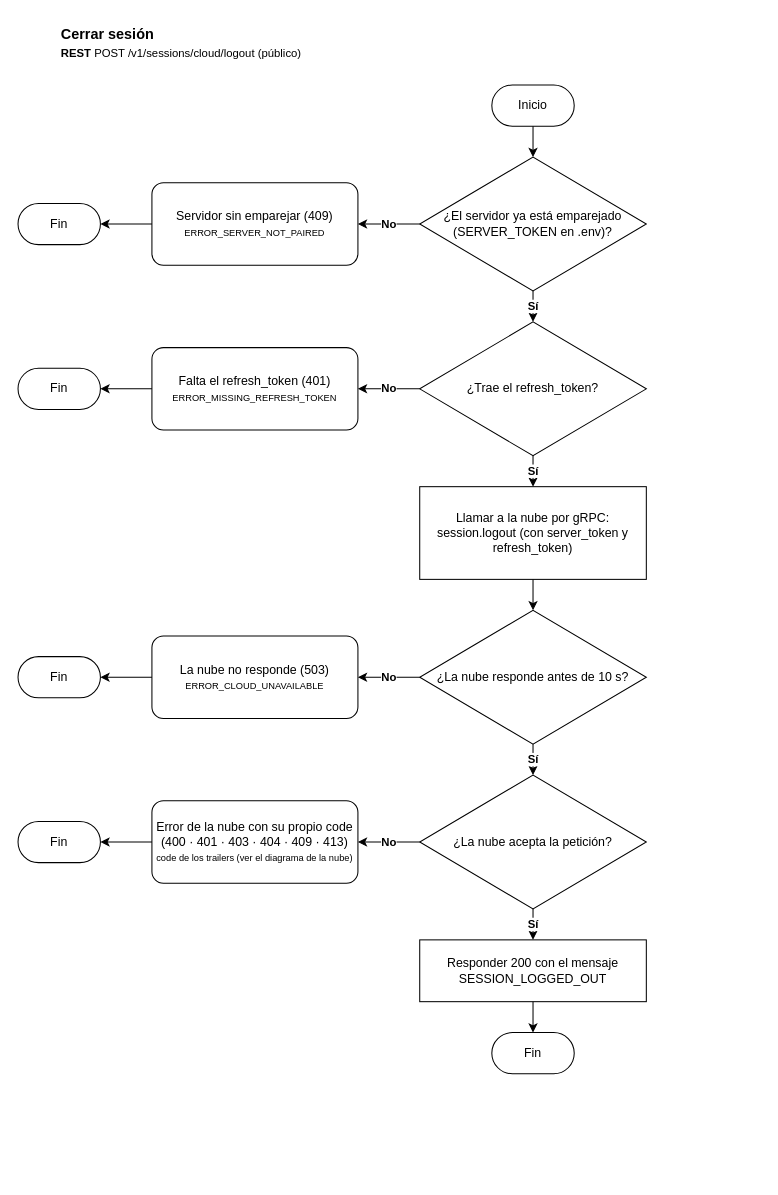
Andry510/miyabi-restaurant-server keeps this draw.io diagram as documents/diagrams/workflows/session/cloud/logout.drawio. Above is the earlier version. Source tidied: cells renumbered, new cells numbered last; positions are measured from the earlier drawing's top-left corner, leaving out a move shared by most shapes. Both pictures are drawn from the tidied source at 103%, with x=0, y=0 at pixel (18, 18).
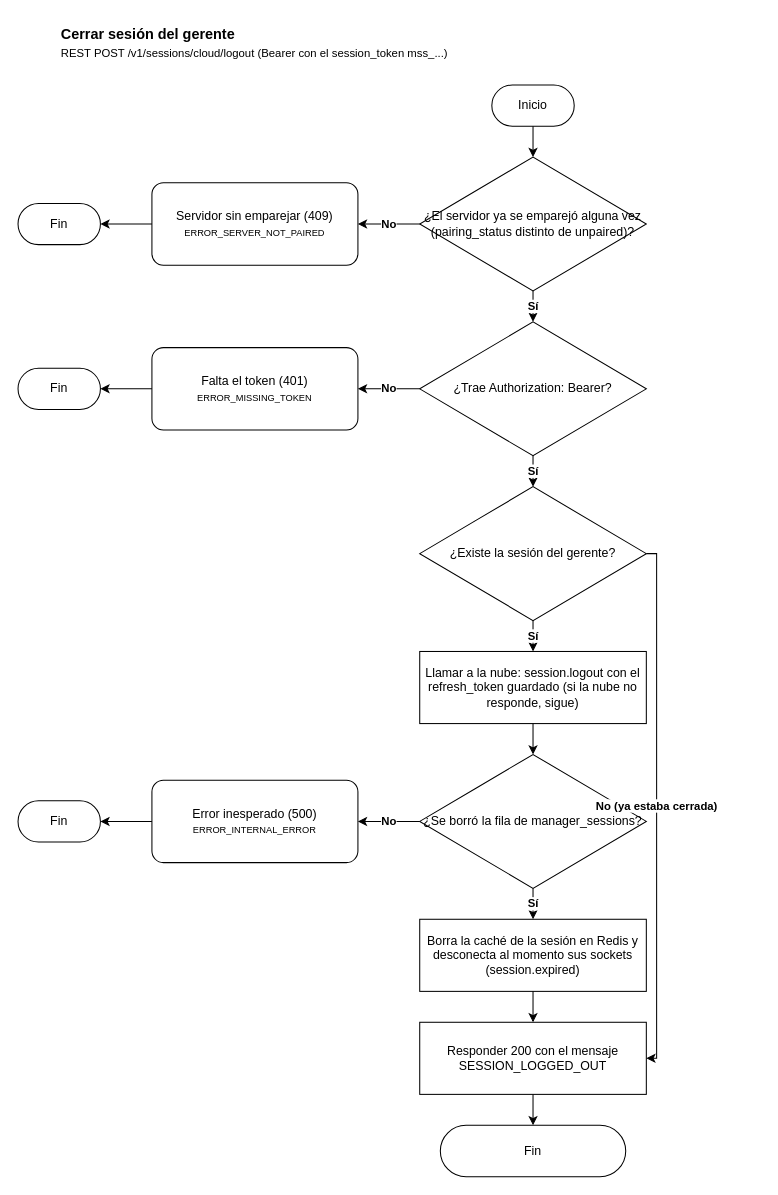
The same page after the edit.

The change refers to these unchanged cells:
```xml
<mxCell id="6" value="Servidor sin emparejar (409)&lt;br&gt;&lt;font style=&quot;font-size: 9px;&quot;&gt;ERROR_SERVER_NOT_PAIRED&lt;/font&gt;" style="rounded=1;whiteSpace=wrap;html=1;arcSize=14;" parent="1" vertex="1">
  <mxGeometry x="130" y="160" width="200" height="80" as="geometry" />
</mxCell>
<mxCell id="7" value="Fin" style="rounded=1;whiteSpace=wrap;html=1;arcSize=50;" parent="1" vertex="1">
  <mxGeometry y="180" width="80" height="40" as="geometry" />
</mxCell>
<mxCell id="13" value="Fin" style="rounded=1;whiteSpace=wrap;html=1;arcSize=50;" parent="1" vertex="1">
  <mxGeometry y="340" width="80" height="40" as="geometry" />
</mxCell>
```

What changed in the source:
```diff
@@
-    <mxCell id="2" value="Cerrar sesión&lt;br&gt;&lt;span style=&quot;font-size: 11px; font-weight: normal;&quot;&gt;&lt;b&gt;REST&lt;/b&gt; POST /v1/sessions/cloud/logout (público)&lt;/span&gt;" style="text;html=1;align=left;verticalAlign=middle;fontStyle=1;fontSize=14;" parent="1" vertex="1">
-      <mxGeometry x="40" width="640" height="48" as="geometry" />
+    <mxCell id="2" value="Cerrar sesión del gerente&lt;br&gt;&lt;span style=&quot;font-size: 11px; font-weight: normal;&quot;&gt;REST POST /v1/sessions/cloud/logout (Bearer con el session_token mss_...)&lt;/span&gt;" style="text;html=1;align=left;verticalAlign=middle;fontStyle=1;fontSize=14;" parent="1" vertex="1">
+      <mxGeometry x="40" width="680" height="48" as="geometry" />
     </mxCell>
@@
-    <mxCell id="4" value="¿El servidor ya está emparejado (SERVER_TOKEN en .env)?" style="rhombus;whiteSpace=wrap;html=1;rounded=1;arcSize=0;" parent="1" vertex="1">
+    <mxCell id="4" value="¿El servidor ya se emparejó alguna vez (pairing_status distinto de unpaired)?" style="rhombus;whiteSpace=wrap;html=1;rounded=1;arcSize=0;" parent="1" vertex="1">
       <mxGeometry x="390" y="135" width="220" height="130" as="geometry" />
     </mxCell>
@@
-    <mxCell id="9" style="edgeStyle=orthogonalEdgeStyle;rounded=0;html=1;fontStyle=1;" parent="1" edge="1" source="6" target="7">
+    <mxCell id="9" style="edgeStyle=orthogonalEdgeStyle;rounded=0;html=1;" parent="1" edge="1" source="6" target="7">
       <mxGeometry relative="1" as="geometry" />
     </mxCell>
-    <mxCell id="10" value="¿Trae el refresh_token?" style="rhombus;whiteSpace=wrap;html=1;rounded=1;arcSize=0;" parent="1" vertex="1">
+    <mxCell id="10" value="¿Trae Authorization: Bearer?" style="rhombus;whiteSpace=wrap;html=1;rounded=1;arcSize=0;" parent="1" vertex="1">
       <mxGeometry x="390" y="295" width="220" height="130" as="geometry" />
     </mxCell>
@@
-    <mxCell id="12" value="Falta el refresh_token (401)&lt;br&gt;&lt;font style=&quot;font-size: 9px;&quot;&gt;ERROR_MISSING_REFRESH_TOKEN&lt;/font&gt;" style="rounded=1;whiteSpace=wrap;html=1;arcSize=14;" parent="1" vertex="1">
+    <mxCell id="12" value="Falta el token (401)&lt;br&gt;&lt;font style=&quot;font-size: 9px;&quot;&gt;ERROR_MISSING_TOKEN&lt;/font&gt;" style="rounded=1;whiteSpace=wrap;html=1;arcSize=14;" parent="1" vertex="1">
       <mxGeometry x="130" y="320" width="200" height="80" as="geometry" />
     </mxCell>
@@
-    <mxCell id="15" style="edgeStyle=orthogonalEdgeStyle;rounded=0;html=1;fontStyle=1;" parent="1" edge="1" source="12" target="13">
+    <mxCell id="15" style="edgeStyle=orthogonalEdgeStyle;rounded=0;html=1;" parent="1" edge="1" source="12" target="13">
       <mxGeometry relative="1" as="geometry" />
     </mxCell>
-    <mxCell id="16" value="Llamar a la nube por gRPC: session.logout (con server_token y refresh_token)" style="rounded=0;whiteSpace=wrap;html=1;" parent="1" vertex="1">
-      <mxGeometry x="390" y="455" width="220" height="90" as="geometry" />
+    <mxCell id="16" value="¿Existe la sesión del gerente?" style="rhombus;whiteSpace=wrap;html=1;rounded=1;arcSize=0;" parent="1" vertex="1">
+      <mxGeometry x="390" y="455" width="220" height="130" as="geometry" />
     </mxCell>
@@
-    <mxCell id="18" value="¿La nube responde antes de 10 s?" style="rhombus;whiteSpace=wrap;html=1;rounded=1;arcSize=0;" parent="1" vertex="1">
-      <mxGeometry x="390" y="575" width="220" height="130" as="geometry" />
+    <mxCell id="18" value="Llamar a la nube: session.logout con el refresh_token guardado (si la nube no responde, sigue)" style="rounded=0;whiteSpace=wrap;html=1;" parent="1" vertex="1">
+      <mxGeometry x="390" y="615" width="220" height="70" as="geometry" />
     </mxCell>
-    <mxCell id="19" style="edgeStyle=orthogonalEdgeStyle;rounded=0;html=1;fontStyle=1;" parent="1" edge="1" source="16" target="18">
+    <mxCell id="19" value="Sí" style="edgeStyle=orthogonalEdgeStyle;rounded=0;html=1;fontStyle=1;" parent="1" edge="1" source="16" target="18">
       <mxGeometry relative="1" as="geometry" />
     </mxCell>
-    <mxCell id="20" value="La nube no responde (503)&lt;br&gt;&lt;font style=&quot;font-size: 9px;&quot;&gt;ERROR_CLOUD_UNAVAILABLE&lt;/font&gt;" style="rounded=1;whiteSpace=wrap;html=1;arcSize=14;" parent="1" vertex="1">
-      <mxGeometry x="130" y="600" width="200" height="80" as="geometry" />
+    <mxCell id="20" value="¿Se borró la fila de manager_sessions?" style="rhombus;whiteSpace=wrap;html=1;rounded=1;arcSize=0;" parent="1" vertex="1">
+      <mxGeometry x="390" y="715" width="220" height="130" as="geometry" />
     </mxCell>
-    <mxCell id="21" value="Fin" style="rounded=1;whiteSpace=wrap;html=1;arcSize=50;" parent="1" vertex="1">
-      <mxGeometry y="620" width="80" height="40" as="geometry" />
+    <mxCell id="21" style="edgeStyle=orthogonalEdgeStyle;rounded=0;html=1;fontStyle=1;" parent="1" edge="1" source="18" target="20">
+      <mxGeometry relative="1" as="geometry" />
     </mxCell>
-    <mxCell id="22" value="No" style="edgeStyle=orthogonalEdgeStyle;rounded=0;html=1;fontStyle=1;exitX=0;exitY=0.5;entryX=1;entryY=0.5;" parent="1" edge="1" source="18" target="20">
-      <mxGeometry relative="1" as="geometry" />
+    <mxCell id="22" value="Error inesperado (500)&lt;br&gt;&lt;font style=&quot;font-size: 9px;&quot;&gt;ERROR_INTERNAL_ERROR&lt;/font&gt;" style="rounded=1;whiteSpace=wrap;html=1;arcSize=14;" parent="1" vertex="1">
+      <mxGeometry x="130" y="740" width="200" height="80" as="geometry" />
     </mxCell>
-    <mxCell id="23" style="edgeStyle=orthogonalEdgeStyle;rounded=0;html=1;fontStyle=1;" parent="1" edge="1" source="20" target="21">
-      <mxGeometry relative="1" as="geometry" />
+    <mxCell id="23" value="Fin" style="rounded=1;whiteSpace=wrap;html=1;arcSize=50;" parent="1" vertex="1">
+      <mxGeometry y="760" width="80" height="40" as="geometry" />
     </mxCell>
-    <mxCell id="24" value="¿La nube acepta la petición?" style="rhombus;whiteSpace=wrap;html=1;rounded=1;arcSize=0;" parent="1" vertex="1">
-      <mxGeometry x="390" y="735" width="220" height="130" as="geometry" />
+    <mxCell id="24" value="No" style="edgeStyle=orthogonalEdgeStyle;rounded=0;html=1;fontStyle=1;exitX=0;exitY=0.5;entryX=1;entryY=0.5;" parent="1" edge="1" source="20" target="22">
+      <mxGeometry relative="1" as="geometry" />
     </mxCell>
-    <mxCell id="25" value="Sí" style="edgeStyle=orthogonalEdgeStyle;rounded=0;html=1;fontStyle=1;" parent="1" edge="1" source="18" target="24">
+    <mxCell id="25" style="edgeStyle=orthogonalEdgeStyle;rounded=0;html=1;" parent="1" edge="1" source="22" target="23">
       <mxGeometry relative="1" as="geometry" />
     </mxCell>
-    <mxCell id="26" value="Error de la nube con su propio code (400 · 401 · 403 · 404 · 409 · 413)&lt;br&gt;&lt;font style=&quot;font-size: 9px;&quot;&gt;code de los trailers (ver el diagrama de la nube)&lt;/font&gt;" style="rounded=1;whiteSpace=wrap;html=1;arcSize=14;" parent="1" vertex="1">
-      <mxGeometry x="130" y="760" width="200" height="80" as="geometry" />
+    <mxCell id="26" value="Borra la caché de la sesión en Redis y desconecta al momento sus sockets (session.expired)" style="rounded=0;whiteSpace=wrap;html=1;" parent="1" vertex="1">
+      <mxGeometry x="390" y="875" width="220" height="70" as="geometry" />
     </mxCell>
-    <mxCell id="27" value="Fin" style="rounded=1;whiteSpace=wrap;html=1;arcSize=50;" parent="1" vertex="1">
-      <mxGeometry y="780" width="80" height="40" as="geometry" />
+    <mxCell id="27" value="Sí" style="edgeStyle=orthogonalEdgeStyle;rounded=0;html=1;fontStyle=1;" parent="1" edge="1" source="20" target="26">
+      <mxGeometry relative="1" as="geometry" />
     </mxCell>
-    <mxCell id="28" value="No" style="edgeStyle=orthogonalEdgeStyle;rounded=0;html=1;fontStyle=1;exitX=0;exitY=0.5;entryX=1;entryY=0.5;" parent="1" edge="1" source="24" target="26">
-      <mxGeometry relative="1" as="geometry" />
+    <mxCell id="28" value="Responder 200 con el mensaje SESSION_LOGGED_OUT" style="rounded=0;whiteSpace=wrap;html=1;" parent="1" vertex="1">
+      <mxGeometry x="390" y="975" width="220" height="70" as="geometry" />
     </mxCell>
-    <mxCell id="29" style="edgeStyle=orthogonalEdgeStyle;rounded=0;html=1;fontStyle=1;" parent="1" edge="1" source="26" target="27">
+    <mxCell id="29" style="edgeStyle=orthogonalEdgeStyle;rounded=0;html=1;fontStyle=1;" parent="1" edge="1" source="26" target="28">
       <mxGeometry relative="1" as="geometry" />
     </mxCell>
-    <mxCell id="30" value="Responder 200 con el mensaje SESSION_LOGGED_OUT" style="rounded=0;whiteSpace=wrap;html=1;" parent="1" vertex="1">
-      <mxGeometry x="390" y="895" width="220" height="60" as="geometry" />
+    <mxCell id="30" value="Fin" style="rounded=1;whiteSpace=wrap;html=1;arcSize=50;" parent="1" vertex="1">
+      <mxGeometry x="410" y="1075" width="180" height="50" as="geometry" />
     </mxCell>
-    <mxCell id="31" value="Sí" style="edgeStyle=orthogonalEdgeStyle;rounded=0;html=1;fontStyle=1;" parent="1" edge="1" source="24" target="30">
+    <mxCell id="31" style="edgeStyle=orthogonalEdgeStyle;rounded=0;html=1;fontStyle=1;" parent="1" edge="1" source="28" target="30">
       <mxGeometry relative="1" as="geometry" />
     </mxCell>
-    <mxCell id="32" value="Fin" style="rounded=1;whiteSpace=wrap;html=1;arcSize=50;" parent="1" vertex="1">
-      <mxGeometry x="460" y="985" width="80" height="40" as="geometry" />
+    <mxCell id="32" value="No (ya estaba cerrada)" style="edgeStyle=orthogonalEdgeStyle;rounded=0;html=1;fontStyle=1;exitX=1;exitY=0.5;entryX=1;entryY=0.5;" parent="1" edge="1" source="16" target="28">
+      <mxGeometry relative="1" as="geometry" />
     </mxCell>
-    <mxCell id="33" style="edgeStyle=orthogonalEdgeStyle;rounded=0;html=1;fontStyle=1;" parent="1" edge="1" source="30" target="32">
-      <mxGeometry relative="1" as="geometry" />
-    </mxCell>
```
